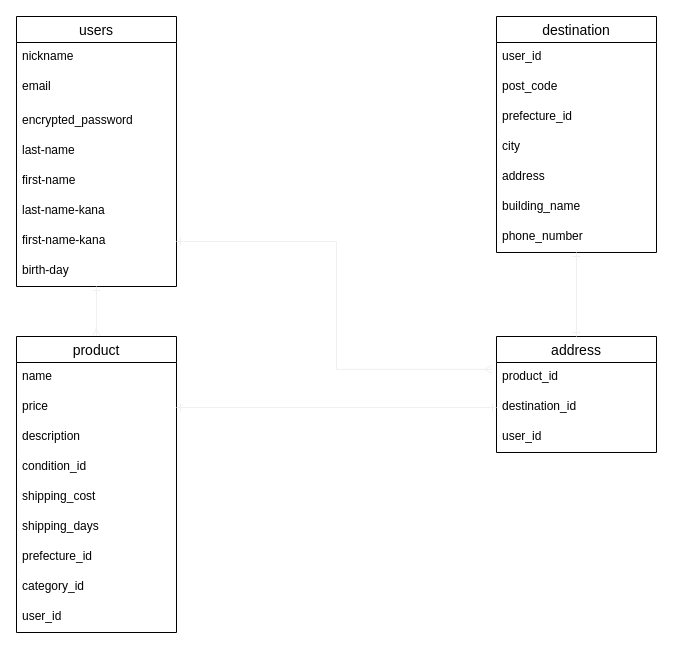
Before: page "ページ2" (1 of 2) of furima.dio in nu-n/furima-36989, a draw.io diagram. Source tidied: cells renumbered, new cells numbered last; positions are measured from the earlier drawing's top-left corner, leaving out a move shared by most shapes. Both pictures are drawn from the tidied source at 100%, with x=0, y=0 at pixel (16, 16).
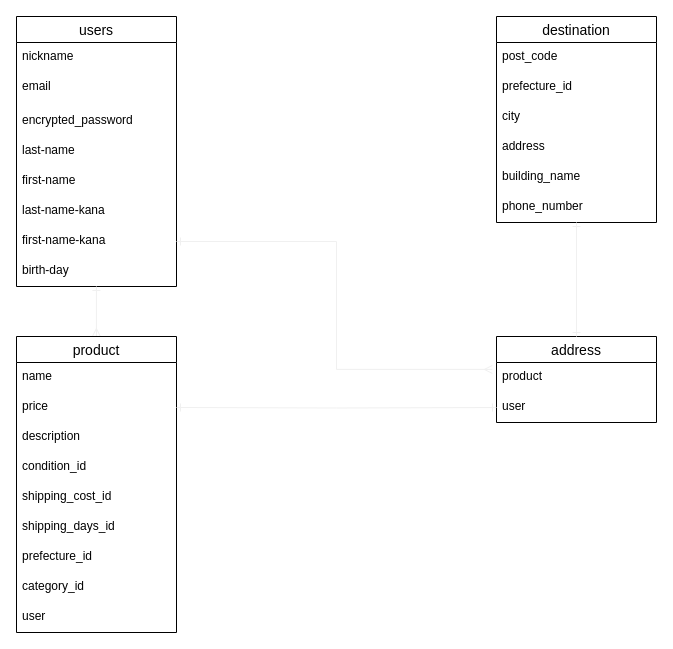
Above is the later version.

Unchanged cells that the change refers to:
```xml
<mxCell id="20" value="product" style="swimlane;fontStyle=0;horizontal=1;startSize=26;align=center;fontSize=14;" parent="1" vertex="1">
  <mxGeometry y="320" width="160" height="296" as="geometry" />
</mxCell>
<mxCell id="22" value="price" style="text;strokeColor=none;fillColor=none;spacingLeft=4;spacingRight=4;overflow=hidden;points=[[0,0.5],[1,0.5]];portConstraint=eastwest;fontSize=12;" parent="20" vertex="1">
  <mxGeometry y="56" width="160" height="30" as="geometry" />
</mxCell>
```

The edit, as a diff of the source:
```diff
@@
     <mxCell id="11" value="destination" style="swimlane;fontStyle=0;horizontal=1;startSize=26;align=center;fontSize=14;" parent="1" vertex="1">
-      <mxGeometry x="480" width="160" height="236" as="geometry" />
+      <mxGeometry x="480" width="160" height="206" as="geometry" />
     </mxCell>
-    <mxCell id="12" value="user_id" style="text;strokeColor=none;fillColor=none;spacingLeft=4;spacingRight=4;overflow=hidden;fontSize=12;" parent="11" vertex="1">
-      <mxGeometry y="26" width="160" height="30" as="geometry" />
-    </mxCell>
     <mxCell id="13" value="post_code" style="text;strokeColor=none;fillColor=none;spacingLeft=4;spacingRight=4;overflow=hidden;fontSize=12;" parent="11" vertex="1">
-      <mxGeometry y="56" width="160" height="30" as="geometry" />
+      <mxGeometry y="26" width="160" height="30" as="geometry" />
     </mxCell>
     <mxCell id="14" value="prefecture_id" style="text;strokeColor=none;fillColor=none;spacingLeft=4;spacingRight=4;overflow=hidden;fontSize=12;" parent="11" vertex="1">
-      <mxGeometry y="86" width="160" height="30" as="geometry" />
+      <mxGeometry y="56" width="160" height="30" as="geometry" />
     </mxCell>
     <mxCell id="15" value="city" style="text;strokeColor=none;fillColor=none;spacingLeft=4;spacingRight=4;overflow=hidden;fontSize=12;" parent="11" vertex="1">
-      <mxGeometry y="116" width="160" height="30" as="geometry" />
+      <mxGeometry y="86" width="160" height="30" as="geometry" />
     </mxCell>
     <mxCell id="16" value="address" style="text;strokeColor=none;fillColor=none;spacingLeft=4;spacingRight=4;overflow=hidden;fontSize=12;" parent="11" vertex="1">
-      <mxGeometry y="146" width="160" height="30" as="geometry" />
+      <mxGeometry y="116" width="160" height="30" as="geometry" />
     </mxCell>
     <mxCell id="17" value="building_name" style="text;strokeColor=none;fillColor=none;spacingLeft=4;spacingRight=4;overflow=hidden;fontSize=12;" parent="11" vertex="1">
-      <mxGeometry y="176" width="160" height="30" as="geometry" />
+      <mxGeometry y="146" width="160" height="30" as="geometry" />
     </mxCell>
     <mxCell id="18" value="phone_number" style="text;strokeColor=none;fillColor=none;spacingLeft=4;spacingRight=4;overflow=hidden;fontSize=12;" parent="11" vertex="1">
-      <mxGeometry y="206" width="160" height="30" as="geometry" />
+      <mxGeometry y="176" width="160" height="30" as="geometry" />
     </mxCell>
@@
-    <mxCell id="25" value="shipping_cost" style="text;strokeColor=none;fillColor=none;spacingLeft=4;spacingRight=4;overflow=hidden;fontSize=12;" parent="20" vertex="1">
+    <mxCell id="25" value="shipping_cost_id" style="text;strokeColor=none;fillColor=none;spacingLeft=4;spacingRight=4;overflow=hidden;fontSize=12;" parent="20" vertex="1">
       <mxGeometry y="146" width="160" height="30" as="geometry" />
     </mxCell>
-    <mxCell id="26" value="shipping_days" style="text;strokeColor=none;fillColor=none;spacingLeft=4;spacingRight=4;overflow=hidden;fontSize=12;" parent="20" vertex="1">
+    <mxCell id="26" value="shipping_days_id" style="text;strokeColor=none;fillColor=none;spacingLeft=4;spacingRight=4;overflow=hidden;fontSize=12;" parent="20" vertex="1">
       <mxGeometry y="176" width="160" height="30" as="geometry" />
     </mxCell>
@@
-    <mxCell id="29" value="user_id" style="text;strokeColor=none;fillColor=none;spacingLeft=4;spacingRight=4;overflow=hidden;fontSize=12;" parent="20" vertex="1">
+    <mxCell id="29" value="user" style="text;strokeColor=none;fillColor=none;spacingLeft=4;spacingRight=4;overflow=hidden;fontSize=12;" parent="20" vertex="1">
       <mxGeometry y="266" width="160" height="30" as="geometry" />
     </mxCell>
     <mxCell id="30" value="address" style="swimlane;fontStyle=0;horizontal=1;startSize=26;align=center;fontSize=14;" parent="1" vertex="1">
-      <mxGeometry x="480" y="320" width="160" height="116" as="geometry" />
+      <mxGeometry x="480" y="320" width="160" height="86" as="geometry" />
     </mxCell>
-    <mxCell id="31" value="product_id" style="text;strokeColor=none;fillColor=none;spacingLeft=4;spacingRight=4;overflow=hidden;points=[[0,0.5],[1,0.5]];portConstraint=eastwest;fontSize=12;" parent="30" vertex="1">
+    <mxCell id="31" value="product" style="text;strokeColor=none;fillColor=none;spacingLeft=4;spacingRight=4;overflow=hidden;points=[[0,0.5],[1,0.5]];portConstraint=eastwest;fontSize=12;" parent="30" vertex="1">
       <mxGeometry y="26" width="160" height="30" as="geometry" />
     </mxCell>
-    <mxCell id="32" value="destination_id" style="text;strokeColor=none;fillColor=none;spacingLeft=4;spacingRight=4;overflow=hidden;points=[[0,0.5],[1,0.5]];portConstraint=eastwest;fontSize=12;" parent="30" vertex="1">
-      <mxGeometry y="56" width="160" height="30" as="geometry" />
-    </mxCell>
-    <mxCell id="33" value="user_id" style="text;strokeColor=none;fillColor=none;spacingLeft=4;spacingRight=4;overflow=hidden;fontSize=12;" parent="30" vertex="1">
-      <mxGeometry y="86" width="160" height="30" as="geometry" />
+    <mxCell id="33" value="user" style="text;strokeColor=none;fillColor=none;spacingLeft=4;spacingRight=4;overflow=hidden;fontSize=12;" parent="30" vertex="1">
+      <mxGeometry y="56" width="160" height="30" as="geometry" />
     </mxCell>
@@
-    <mxCell id="35" style="edgeStyle=orthogonalEdgeStyle;rounded=0;jettySize=auto;html=1;exitX=0;exitY=0.5;exitDx=0;exitDy=0;startArrow=ERone;startFill=0;endArrow=ERone;endFill=0;strokeColor=#f0f0f0;strokeWidth=1;" parent="1" edge="1" source="32" target="22">
-      <mxGeometry relative="1" as="geometry" />
+    <mxCell id="35" style="edgeStyle=orthogonalEdgeStyle;rounded=0;jettySize=auto;html=1;exitX=0;exitY=0.5;exitDx=0;exitDy=0;startArrow=ERone;startFill=0;endArrow=ERone;endFill=0;strokeColor=#f0f0f0;strokeWidth=1;" parent="1" edge="1" target="22">
+      <mxGeometry relative="1" as="geometry">
+        <mxPoint x="480" y="391" as="sourcePoint" />
+      </mxGeometry>
     </mxCell>
```
